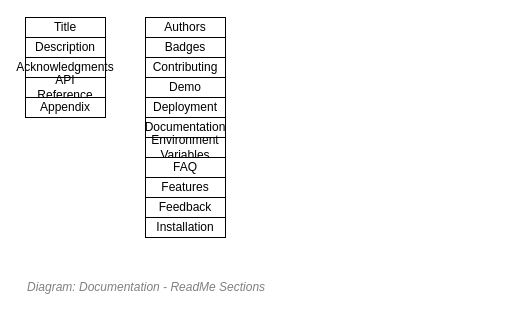
Before: 31.Information View/26.Information View (Documentation)/Information View - Documentation - View - ReadMe Sections.drawio in skysgh/System.Design.Resources.Service, a draw.io diagram. Source tidied: cells renumbered, new cells numbered last; positions are measured from the earlier drawing's top-left corner, leaving out a move shared by most shapes. Both pictures are drawn from the tidied source at 100%, with x=0, y=0 at pixel (25, 17).
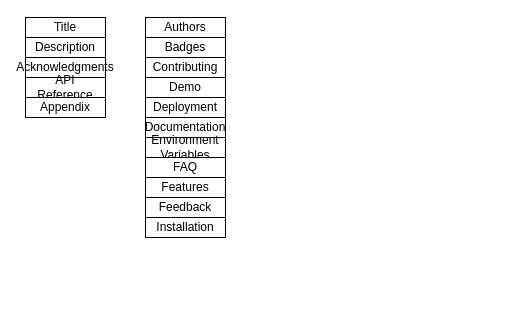
Above is the later version.

What changed in the source:
```diff
@@
 <mxGraphModel>
   <root>
     <mxCell id="0" />
     <mxCell id="1" parent="0" />
     <mxCell id="2" value="Title" style="rounded=0;whiteSpace=wrap;html=1;" parent="1" vertex="1">
       <mxGeometry width="80" height="20" as="geometry" />
     </mxCell>
     <mxCell id="3" value="Description" style="rounded=0;whiteSpace=wrap;html=1;" parent="1" vertex="1">
       <mxGeometry y="20" width="80" height="20" as="geometry" />
     </mxCell>
     <mxCell id="4" value="Acknowledgments" style="rounded=0;whiteSpace=wrap;html=1;" parent="1" vertex="1">
       <mxGeometry y="40" width="80" height="20" as="geometry" />
     </mxCell>
     <mxCell id="5" value="API Reference" style="rounded=0;whiteSpace=wrap;html=1;" parent="1" vertex="1">
       <mxGeometry y="60" width="80" height="20" as="geometry" />
     </mxCell>
     <mxCell id="6" value="Appendix" style="rounded=0;whiteSpace=wrap;html=1;" parent="1" vertex="1">
       <mxGeometry y="80" width="80" height="20" as="geometry" />
     </mxCell>
     <mxCell id="7" value="Authors" style="rounded=0;whiteSpace=wrap;html=1;" parent="1" vertex="1">
       <mxGeometry x="120" width="80" height="20" as="geometry" />
     </mxCell>
     <mxCell id="8" value="Badges" style="rounded=0;whiteSpace=wrap;html=1;" parent="1" vertex="1">
       <mxGeometry x="120" y="20" width="80" height="20" as="geometry" />
     </mxCell>
     <mxCell id="9" value="Contributing" style="rounded=0;whiteSpace=wrap;html=1;" parent="1" vertex="1">
       <mxGeometry x="120" y="40" width="80" height="20" as="geometry" />
     </mxCell>
     <mxCell id="10" value="Demo" style="rounded=0;whiteSpace=wrap;html=1;" parent="1" vertex="1">
       <mxGeometry x="120" y="60" width="80" height="20" as="geometry" />
     </mxCell>
     <mxCell id="11" value="Deployment" style="rounded=0;whiteSpace=wrap;html=1;" parent="1" vertex="1">
       <mxGeometry x="120" y="80" width="80" height="20" as="geometry" />
     </mxCell>
     <mxCell id="12" value="Documentation" style="rounded=0;whiteSpace=wrap;html=1;" parent="1" vertex="1">
       <mxGeometry x="120" y="100" width="80" height="20" as="geometry" />
     </mxCell>
     <mxCell id="13" value="Environment Variables" style="rounded=0;whiteSpace=wrap;html=1;" parent="1" vertex="1">
       <mxGeometry x="120" y="120" width="80" height="20" as="geometry" />
     </mxCell>
     <mxCell id="14" value="FAQ" style="rounded=0;whiteSpace=wrap;html=1;" parent="1" vertex="1">
       <mxGeometry x="120" y="140" width="80" height="20" as="geometry" />
     </mxCell>
     <mxCell id="15" value="Features" style="rounded=0;whiteSpace=wrap;html=1;" parent="1" vertex="1">
       <mxGeometry x="120" y="160" width="80" height="20" as="geometry" />
     </mxCell>
     <mxCell id="16" value="Feedback" style="rounded=0;whiteSpace=wrap;html=1;" parent="1" vertex="1">
       <mxGeometry x="120" y="180" width="80" height="20" as="geometry" />
     </mxCell>
     <mxCell id="17" value="Installation" style="rounded=0;whiteSpace=wrap;html=1;" parent="1" vertex="1">
       <mxGeometry x="120" y="200" width="80" height="20" as="geometry" />
     </mxCell>
-    <mxCell id="18" value="&lt;font style=&quot;font-size: 12px&quot;&gt;Diagram: Documentation - ReadMe Sections&lt;/font&gt;" style="text;strokeColor=none;fillColor=none;html=1;fontSize=12;fontStyle=2;verticalAlign=middle;align=left;shadow=0;glass=0;comic=0;opacity=30;fontColor=#808080;" parent="1" vertex="1">
-      <mxGeometry y="260" width="480" height="20" as="geometry" />
-    </mxCell>
   </root>
 </mxGraphModel>
```
